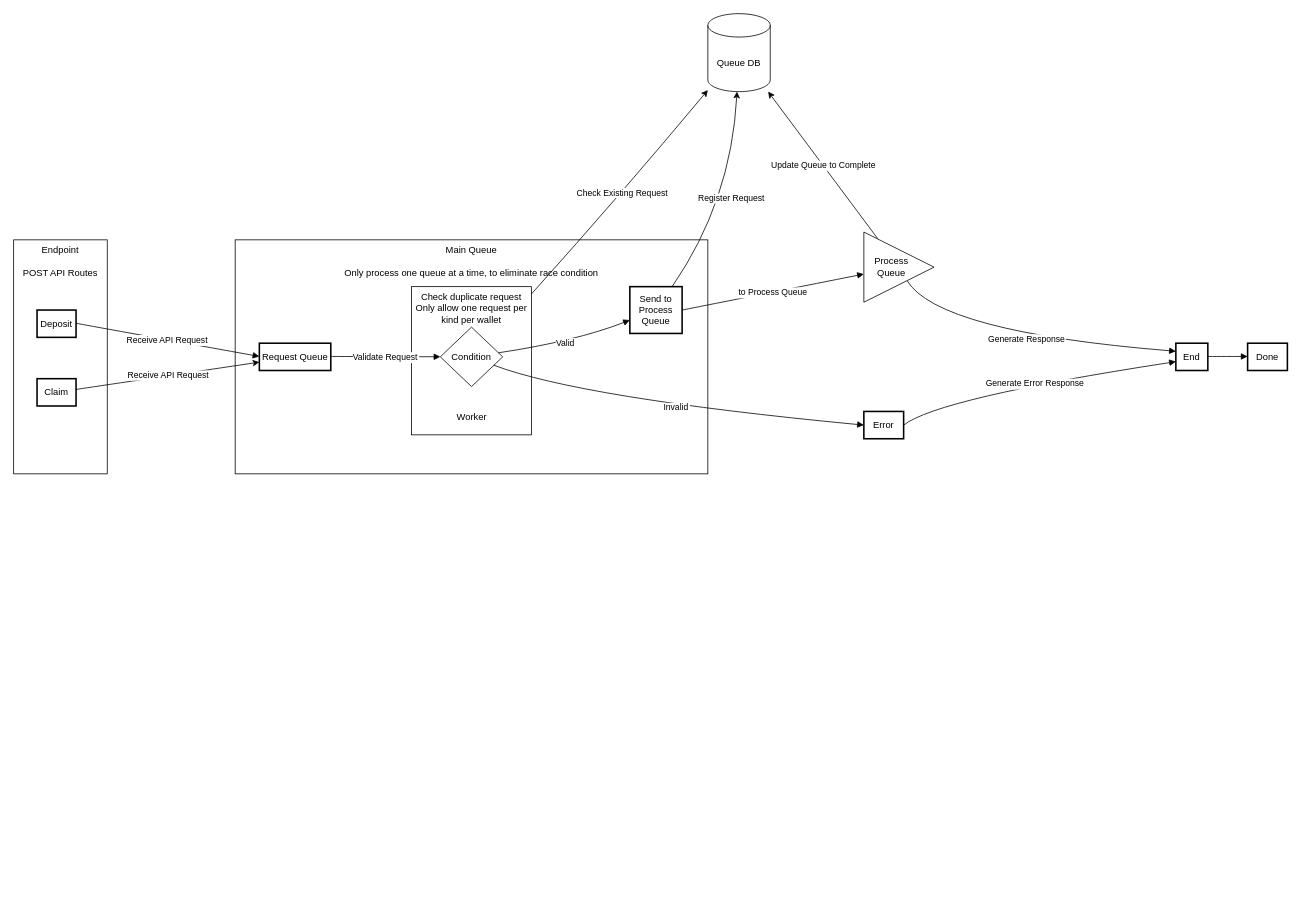
Above: drawio/Sakai Backend.drawio in WaxArsatia/Random (draw.io), before the change. Source tidied: cells renumbered, new cells numbered last; positions are measured from the earlier drawing's top-left corner, leaving out a move shared by most shapes. Both pictures are drawn from the tidied source at 78%, with x=0, y=0 at pixel (13, 13).
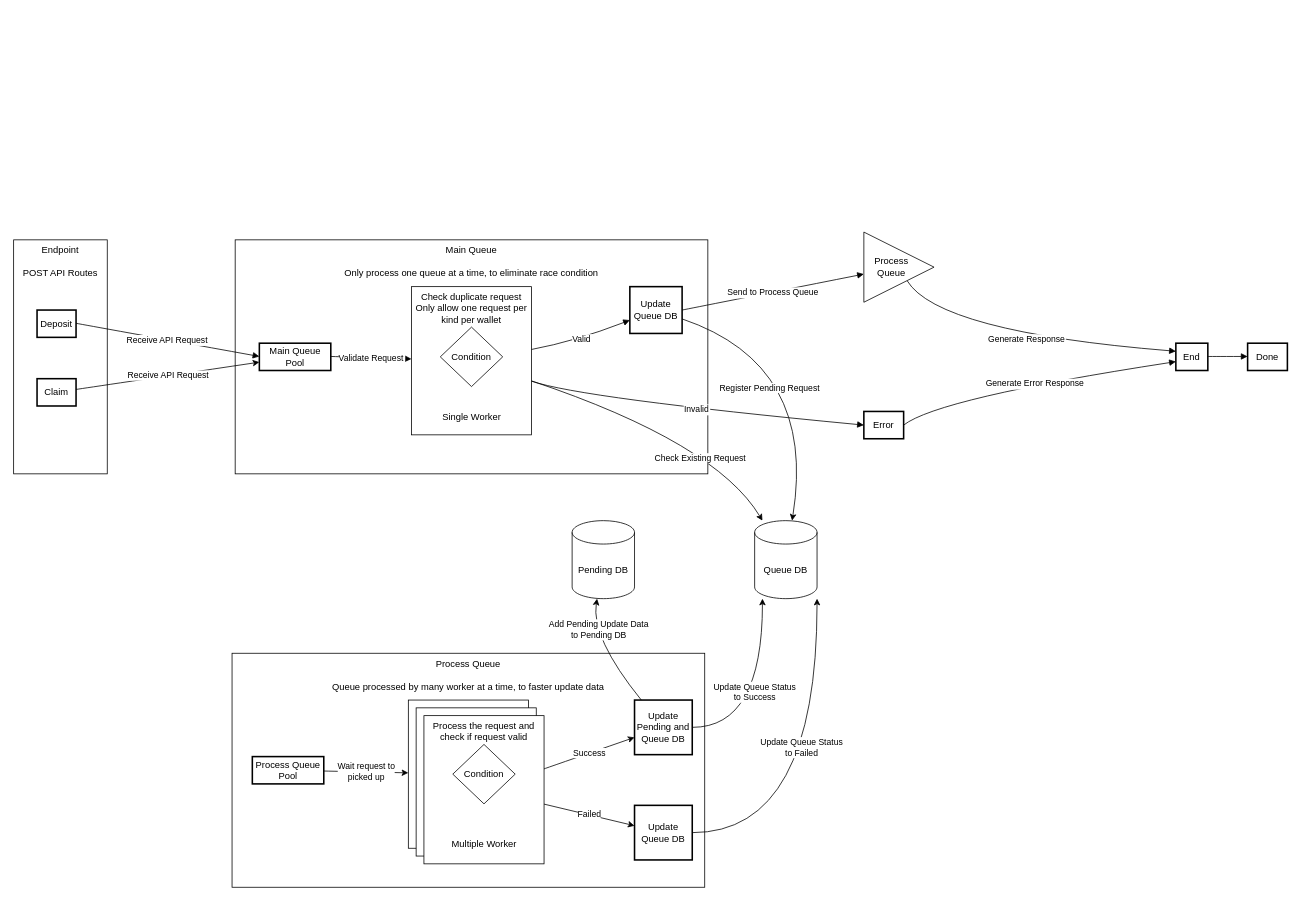
The same diagram, later.

Unchanged cells that the change refers to:
```xml
<mxCell id="2" value="Error" style="whiteSpace=wrap;strokeWidth=2;" parent="1" vertex="1">
  <mxGeometry x="1090" y="510" width="51" height="35" as="geometry" />
</mxCell>
<mxCell id="15" style="group;" parent="1" vertex="1">
  <mxGeometry x="284" y="290" width="606" height="300" as="geometry" />
</mxCell>
<mxCell id="16" style="group;" parent="15" vertex="1">
  <mxGeometry width="606" height="300" as="geometry" />
</mxCell>
<mxCell id="19" style="group;" parent="16" vertex="1">
  <mxGeometry x="226" y="60" width="154" height="190" as="geometry" />
</mxCell>
<mxCell id="20" value="&lt;div&gt;Check duplicate request&lt;/div&gt;&lt;div&gt;Only allow one request per kind per wallet&lt;br&gt;&lt;/div&gt;" style="rounded=0;whiteSpace=wrap;html=1;verticalAlign=top;" parent="19" vertex="1">
  <mxGeometry width="154" height="190" as="geometry" />
</mxCell>
<mxCell id="33" style="triangle;whiteSpace=wrap;html=1;align=left;" parent="32" vertex="1">
  <mxGeometry width="90" height="90" as="geometry" />
</mxCell>
```

Diff of the diagram source:
```diff
@@
     <mxCell id="13" value="Queue DB" style="shape=cylinder3;whiteSpace=wrap;html=1;boundedLbl=1;backgroundOutline=1;size=15;" parent="1" vertex="1">
-      <mxGeometry x="890" width="80" height="100" as="geometry" />
+      <mxGeometry x="950" y="650" width="80" height="100" as="geometry" />
     </mxCell>
-    <mxCell id="14" value="Update Queue to Complete" style="rounded=0;jettySize=auto;html=1;curved=1;" parent="1" edge="1" source="33" target="13">
-      <mxGeometry relative="1" as="geometry" />
-    </mxCell>
@@
-    <mxCell id="18" value="Request Queue" style="whiteSpace=wrap;strokeWidth=2;" parent="16" vertex="1">
+    <mxCell id="18" value="Main Queue Pool" style="whiteSpace=wrap;strokeWidth=2;" parent="16" vertex="1">
       <mxGeometry x="31" y="132.5" width="91.6" height="35" as="geometry" />
     </mxCell>
@@
-    <mxCell id="21" value="Worker" style="text;html=1;align=center;verticalAlign=middle;strokeColor=none;fillColor=none;" parent="19" vertex="1">
-      <mxGeometry x="47" y="153" width="60" height="30" as="geometry" />
+    <mxCell id="21" value="Single Worker" style="text;html=1;align=center;verticalAlign=middle;strokeColor=none;fillColor=none;" parent="19" vertex="1">
+      <mxGeometry x="27" y="153" width="100" height="30" as="geometry" />
     </mxCell>
-    <mxCell id="22" value="Send to Process Queue" style="whiteSpace=wrap;strokeWidth=2;" parent="16" vertex="1">
+    <mxCell id="22" value="Update Queue DB" style="whiteSpace=wrap;strokeWidth=2;" parent="16" vertex="1">
       <mxGeometry x="506" y="60" width="67" height="60" as="geometry" />
     </mxCell>
-    <mxCell id="23" value="Condition" style="rhombus;whiteSpace=wrap;html=1;" parent="15" vertex="1">
-      <mxGeometry x="263" y="111.9" width="80" height="76.2" as="geometry" />
-    </mxCell>
-    <mxCell id="24" value="Validate Request" style="curved=1;startArrow=none;endArrow=block;exitX=0.9975488887113684;exitY=0.4857142857142857;" parent="15" edge="1" source="18" target="23">
+    <mxCell id="24" value="Validate Request" style="curved=1;startArrow=none;endArrow=block;exitX=0.9975488887113684;exitY=0.4857142857142857;" parent="16" edge="1" source="18" target="20">
       <mxGeometry relative="1" as="geometry" />
     </mxCell>
-    <mxCell id="25" value="Valid" style="curved=1;startArrow=none;endArrow=block;" parent="15" edge="1" source="23" target="22">
+    <mxCell id="25" value="Valid" style="curved=1;startArrow=none;endArrow=block;" parent="16" edge="1" source="20" target="22">
       <mxGeometry relative="1" as="geometry">
         <Array as="points">
           <mxPoint x="436" y="130" />
         </Array>
       </mxGeometry>
     </mxCell>
+    <mxCell id="23" value="Condition" style="rhombus;whiteSpace=wrap;html=1;" parent="15" vertex="1">
+      <mxGeometry x="263" y="111.9" width="80" height="76.2" as="geometry" />
+    </mxCell>
     <mxCell id="26" value="Check Existing Request" style="rounded=0;jettySize=auto;html=1;curved=1;" parent="1" edge="1" source="20" target="13">
-      <mxGeometry relative="1" as="geometry">
+      <mxGeometry x="0.29" y="-25" relative="1" as="geometry">
         <Array as="points">
-          <mxPoint x="780" y="230" />
+          <mxPoint x="900" y="550" />
         </Array>
       </mxGeometry>
     </mxCell>
-    <mxCell id="27" value="Register Request" style="rounded=0;jettySize=auto;html=1;curved=1;" parent="1" edge="1" source="22" target="13">
-      <mxGeometry relative="1" as="geometry">
+    <mxCell id="27" value="Register Pending Request" style="rounded=0;jettySize=auto;html=1;curved=1;" parent="1" edge="1" source="22" target="13">
+      <mxGeometry x="-0.3" y="-48" relative="1" as="geometry">
         <Array as="points">
-          <mxPoint x="920" y="240" />
+          <mxPoint x="1030" y="450" />
         </Array>
       </mxGeometry>
     </mxCell>
@@
-    <mxCell id="30" value="to Process Queue" style="curved=1;startArrow=none;endArrow=block;exitX=0.9982454902247379;exitY=0.5;" parent="1" edge="1" source="22" target="33">
+    <mxCell id="30" value="Send to Process Queue" style="curved=1;startArrow=none;endArrow=block;exitX=0.9982454902247379;exitY=0.5;" parent="1" edge="1" source="22" target="33">
       <mxGeometry relative="1" as="geometry" />
     </mxCell>
-    <mxCell id="31" value="Invalid" style="curved=1;startArrow=none;endArrow=block;entryX=-0.008987015368891698;entryY=0.5;" parent="1" edge="1" source="23" target="2">
+    <mxCell id="31" value="Invalid" style="curved=1;startArrow=none;endArrow=block;entryX=-0.008987015368891698;entryY=0.5;" parent="1" edge="1" source="20" target="2">
       <mxGeometry relative="1" as="geometry">
         <Array as="points">
           <mxPoint x="728" y="493" />
         </Array>
       </mxGeometry>
     </mxCell>
@@
+    <mxCell id="35" style="group;" parent="1" vertex="1">
+      <mxGeometry x="280" y="820" width="606" height="300" as="geometry" />
+    </mxCell>
+    <mxCell id="36" value="&lt;div&gt;Process Queue&lt;br&gt;&lt;/div&gt;&lt;div&gt;&lt;br&gt;&lt;/div&gt;&lt;div&gt;Queue processed by many worker at a time, to faster update data&lt;br&gt;&lt;/div&gt;" style="rounded=0;whiteSpace=wrap;html=1;verticalAlign=top;" parent="35" vertex="1">
+      <mxGeometry width="606" height="300" as="geometry" />
+    </mxCell>
+    <mxCell id="37" value="&lt;div&gt;Wait request to&lt;br&gt;&lt;/div&gt;&lt;div&gt;picked up&lt;/div&gt;" style="rounded=0;jettySize=auto;html=1;curved=1;" parent="35" edge="1" source="38" target="40">
+      <mxGeometry relative="1" as="geometry" />
+    </mxCell>
+    <mxCell id="38" value="Process Queue Pool" style="whiteSpace=wrap;strokeWidth=2;" parent="35" vertex="1">
+      <mxGeometry x="26" y="132.5" width="91.6" height="35" as="geometry" />
+    </mxCell>
+    <mxCell id="39" style="group;" parent="35" vertex="1">
+      <mxGeometry x="226" y="60" width="154" height="200" as="geometry" />
+    </mxCell>
+    <mxCell id="40" style="rounded=0;whiteSpace=wrap;html=1;verticalAlign=top;" parent="39" vertex="1">
+      <mxGeometry width="154" height="190" as="geometry" />
+    </mxCell>
+    <mxCell id="41" style="rounded=0;whiteSpace=wrap;html=1;verticalAlign=top;" parent="39" vertex="1">
+      <mxGeometry x="10" y="10" width="154" height="190" as="geometry" />
+    </mxCell>
+    <mxCell id="42" value="Process the request and check if request valid" style="rounded=0;whiteSpace=wrap;html=1;verticalAlign=top;" parent="39" vertex="1">
+      <mxGeometry x="20" y="20" width="154" height="190" as="geometry" />
+    </mxCell>
+    <mxCell id="43" value="Multiple Worker" style="text;html=1;align=center;verticalAlign=middle;strokeColor=none;fillColor=none;" parent="39" vertex="1">
+      <mxGeometry x="42" y="170" width="110" height="30" as="geometry" />
+    </mxCell>
+    <mxCell id="44" value="Condition" style="rhombus;whiteSpace=wrap;html=1;" parent="39" vertex="1">
+      <mxGeometry x="57" y="56.9" width="80" height="76.2" as="geometry" />
+    </mxCell>
+    <mxCell id="45" value="Update Pending and Queue DB" style="whiteSpace=wrap;strokeWidth=2;" parent="35" vertex="1">
+      <mxGeometry x="516" y="60" width="74" height="70" as="geometry" />
+    </mxCell>
+    <mxCell id="46" value="Success" style="rounded=0;jettySize=auto;html=1;curved=1;" parent="35" edge="1" source="42" target="45">
+      <mxGeometry relative="1" as="geometry" />
+    </mxCell>
+    <mxCell id="47" value="Update Queue DB" style="whiteSpace=wrap;strokeWidth=2;" parent="35" vertex="1">
+      <mxGeometry x="516" y="195" width="74" height="70" as="geometry" />
+    </mxCell>
+    <mxCell id="48" value="Failed" style="rounded=0;jettySize=auto;html=1;" parent="35" edge="1" source="42" target="47">
+      <mxGeometry relative="1" as="geometry" />
+    </mxCell>
+    <mxCell id="49" value="Pending DB" style="shape=cylinder3;whiteSpace=wrap;html=1;boundedLbl=1;backgroundOutline=1;size=15;" parent="1" vertex="1">
+      <mxGeometry x="716" y="650" width="80" height="100" as="geometry" />
+    </mxCell>
+    <mxCell id="50" value="&lt;div&gt;Add Pending Update Data&lt;br&gt;&lt;/div&gt;&lt;div&gt;to Pending DB&lt;br&gt;&lt;/div&gt;" style="rounded=0;jettySize=auto;html=1;curved=1;" parent="1" edge="1" source="45" target="49">
+      <mxGeometry x="0.49" y="-8" relative="1" as="geometry">
+        <Array as="points">
+          <mxPoint x="740" y="800" />
+        </Array>
+      </mxGeometry>
+    </mxCell>
+    <mxCell id="51" value="&lt;div&gt;Update Queue Status&lt;/div&gt;&lt;div&gt;to Success&lt;/div&gt;" style="edgeStyle=orthogonalEdgeStyle;rounded=0;jettySize=auto;html=1;curved=1;" parent="1" edge="1" source="45" target="13">
+      <mxGeometry x="0.06" y="10" relative="1" as="geometry">
+        <Array as="points">
+          <mxPoint x="960" y="915" />
+        </Array>
+      </mxGeometry>
+    </mxCell>
+    <mxCell id="52" value="&lt;div&gt;Update Queue Status&lt;/div&gt;&lt;div&gt;to Failed&lt;/div&gt;" style="edgeStyle=orthogonalEdgeStyle;rounded=0;jettySize=auto;html=1;curved=1;" parent="1" edge="1" source="47" target="13">
+      <mxGeometry x="0.17" y="20" relative="1" as="geometry">
+        <Array as="points">
+          <mxPoint x="1030" y="1050" />
+        </Array>
+      </mxGeometry>
+    </mxCell>
```
